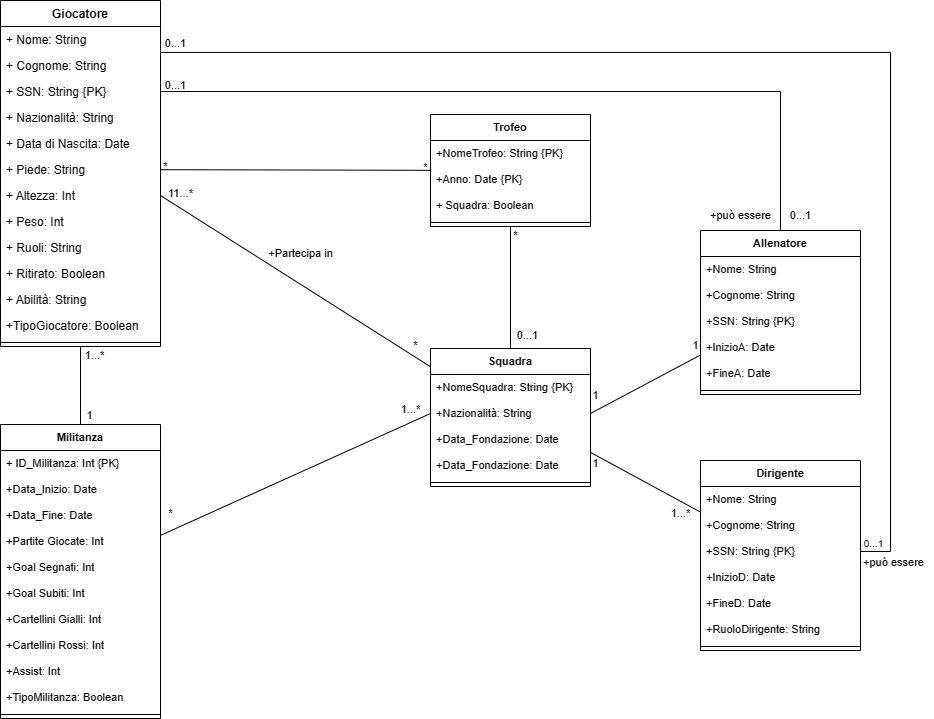
This is UML Ristrutturato/UML ristrutturato.png from Kirby191/Progetto-BD-OO, a draw.io export, as it was before one commit. Source tidied: cells renumbered, new cells last; positions are measured from the earlier drawing's top-left corner, leaving out a move shared by most shapes.
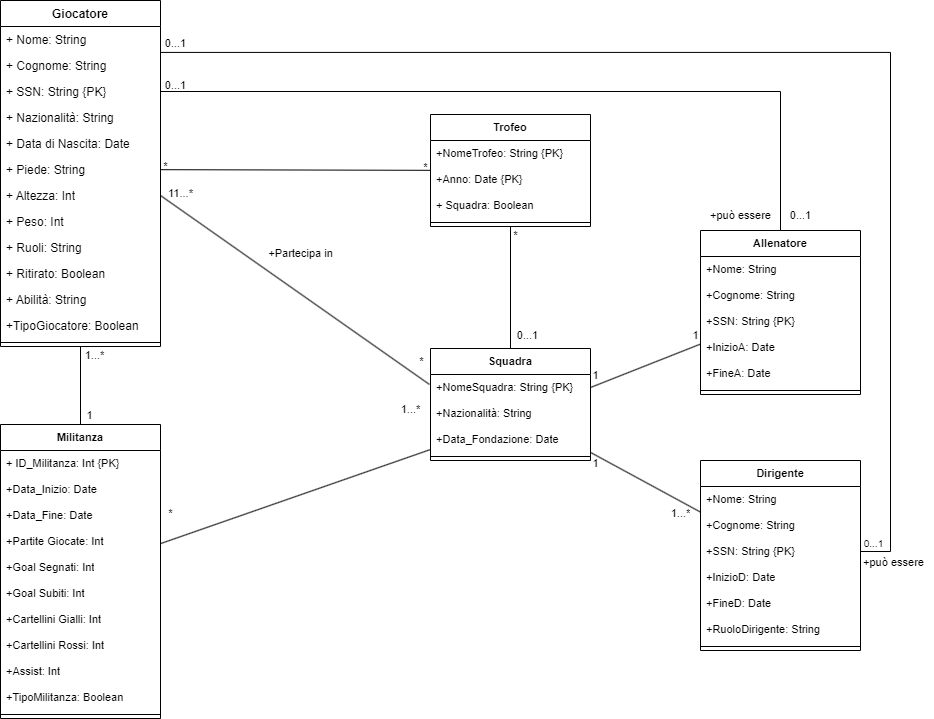
The same file after the commit.

Commit message:
Errore corretto UML

The edit, as a diff of the source:
```diff
@@ -68,14 +68,16 @@
     <mxCell id="23" value="*" style="text;html=1;align=center;verticalAlign=middle;strokeColor=none;fillColor=none;fontSize=11;fontFamily=Helvetica;fontColor=default;" parent="1" vertex="1">
       <mxGeometry x="410" y="152" width="30" height="30" as="geometry" />
     </mxCell>
-    <mxCell id="24" style="edgeStyle=none;shape=connector;rounded=0;jettySize=auto;html=1;labelBackgroundColor=default;strokeColor=default;align=center;verticalAlign=middle;fontFamily=Helvetica;fontSize=11;fontColor=default;endArrow=none;endFill=0;entryX=1;entryY=0.5;entryDx=0;entryDy=0;" parent="1" edge="1" source="26" target="9">
-      <mxGeometry relative="1" as="geometry" />
+    <mxCell id="24" style="edgeStyle=none;shape=connector;rounded=0;jettySize=auto;html=1;labelBackgroundColor=default;strokeColor=default;align=center;verticalAlign=middle;fontFamily=Helvetica;fontSize=11;fontColor=default;endArrow=none;endFill=0;entryX=1;entryY=0.5;entryDx=0;entryDy=0;" parent="1" edge="1" target="9">
+      <mxGeometry relative="1" as="geometry">
+        <mxPoint x="429" y="384" as="sourcePoint" />
+      </mxGeometry>
     </mxCell>
     <mxCell id="25" style="edgeStyle=none;shape=connector;rounded=0;jettySize=auto;html=1;labelBackgroundColor=default;strokeColor=default;align=center;verticalAlign=middle;fontFamily=Helvetica;fontSize=11;fontColor=default;endArrow=none;endFill=0;" parent="1" edge="1" source="26" target="21">
       <mxGeometry relative="1" as="geometry" />
     </mxCell>
     <mxCell id="26" value="Squadra" style="swimlane;fontStyle=1;align=center;verticalAlign=top;horizontal=1;startSize=26;whiteSpace=wrap;html=1;fontFamily=Helvetica;fontSize=11;fontColor=default;" parent="1" vertex="1">
-      <mxGeometry x="430" y="348" width="160" height="138" as="geometry" />
+      <mxGeometry x="430" y="348" width="160" height="112" as="geometry" />
     </mxCell>
     <mxCell id="27" value="+NomeSquadra: String {PK}" style="text;strokeColor=none;fillColor=none;align=left;verticalAlign=top;spacingLeft=4;spacingRight=4;overflow=hidden;points=[[0,0.5],[1,0.5]];portConstraint=eastwest;whiteSpace=wrap;html=1;fontSize=11;fontFamily=Helvetica;fontColor=default;" parent="26" vertex="1">
       <mxGeometry y="26" width="160" height="26" as="geometry" />
@@ -86,17 +88,14 @@
     <mxCell id="29" value="+Data_Fondazione: Date" style="text;strokeColor=none;fillColor=none;align=left;verticalAlign=top;spacingLeft=4;spacingRight=4;overflow=hidden;points=[[0,0.5],[1,0.5]];portConstraint=eastwest;whiteSpace=wrap;html=1;fontSize=11;fontFamily=Helvetica;fontColor=default;" parent="26" vertex="1">
       <mxGeometry y="78" width="160" height="26" as="geometry" />
     </mxCell>
-    <mxCell id="30" value="+Data_Fondazione: Date" style="text;strokeColor=none;fillColor=none;align=left;verticalAlign=top;spacingLeft=4;spacingRight=4;overflow=hidden;points=[[0,0.5],[1,0.5]];portConstraint=eastwest;whiteSpace=wrap;html=1;fontSize=11;fontFamily=Helvetica;fontColor=default;" parent="26" vertex="1">
-      <mxGeometry y="104" width="160" height="26" as="geometry" />
-    </mxCell>
     <mxCell id="31" style="line;strokeWidth=1;fillColor=none;align=left;verticalAlign=middle;spacingTop=-1;spacingLeft=3;spacingRight=3;labelPosition=right;strokeColor=inherit;fontFamily=Helvetica;fontSize=11;fontColor=default;" parent="26" vertex="1">
-      <mxGeometry y="130" width="160" height="8" as="geometry" />
+      <mxGeometry y="104" width="160" height="8" as="geometry" />
     </mxCell>
     <mxCell id="32" value="11...*" style="text;html=1;align=center;verticalAlign=middle;strokeColor=none;fillColor=none;fontSize=11;fontFamily=Helvetica;fontColor=default;" parent="1" vertex="1">
       <mxGeometry x="155" y="178" width="50" height="30" as="geometry" />
     </mxCell>
     <mxCell id="33" value="*" style="text;html=1;align=center;verticalAlign=middle;strokeColor=none;fillColor=none;fontSize=11;fontFamily=Helvetica;fontColor=default;" parent="1" vertex="1">
-      <mxGeometry x="400" y="330" width="30" height="30" as="geometry" />
+      <mxGeometry x="406" y="346" width="30" height="30" as="geometry" />
     </mxCell>
     <mxCell id="34" value="+Partecipa in" style="text;html=1;align=center;verticalAlign=middle;strokeColor=none;fillColor=none;fontSize=11;fontFamily=Helvetica;fontColor=default;" parent="1" vertex="1">
       <mxGeometry x="255" y="238" width="90" height="30" as="geometry" />
@@ -110,7 +109,7 @@
     <mxCell id="37" style="edgeStyle=none;shape=connector;rounded=0;jettySize=auto;html=1;labelBackgroundColor=default;strokeColor=default;align=center;verticalAlign=middle;fontFamily=Helvetica;fontSize=11;fontColor=default;endArrow=none;endFill=0;" parent="1" edge="1" source="39" target="15">
       <mxGeometry relative="1" as="geometry" />
     </mxCell>
-    <mxCell id="38" style="edgeStyle=none;shape=connector;rounded=0;jettySize=auto;html=1;labelBackgroundColor=default;strokeColor=default;align=center;verticalAlign=middle;fontFamily=Helvetica;fontSize=11;fontColor=default;endArrow=none;endFill=0;entryX=0;entryY=0.5;entryDx=0;entryDy=0;" parent="1" edge="1" source="39" target="28">
+    <mxCell id="38" style="edgeStyle=none;shape=connector;rounded=0;jettySize=auto;html=1;labelBackgroundColor=default;strokeColor=default;align=center;verticalAlign=middle;fontFamily=Helvetica;fontSize=11;fontColor=default;endArrow=none;endFill=0;entryX=0;entryY=0.885;entryDx=0;entryDy=0;entryPerimeter=0;" parent="1" edge="1" source="39" target="29">
       <mxGeometry relative="1" as="geometry" />
     </mxCell>
     <mxCell id="39" value="Militanza" style="swimlane;fontStyle=1;align=center;verticalAlign=top;horizontal=1;startSize=26;whiteSpace=wrap;html=1;fontFamily=Helvetica;fontSize=11;fontColor=default;" parent="1" vertex="1">
@@ -158,7 +157,7 @@
     <mxCell id="53" value="1...*" style="text;html=1;align=center;verticalAlign=middle;strokeColor=none;fillColor=none;fontSize=11;fontFamily=Helvetica;fontColor=default;" parent="1" vertex="1">
       <mxGeometry x="390" y="394" width="40" height="30" as="geometry" />
     </mxCell>
-    <mxCell id="54" style="edgeStyle=none;shape=connector;rounded=0;jettySize=auto;html=1;labelBackgroundColor=default;strokeColor=default;align=center;verticalAlign=middle;fontFamily=Helvetica;fontSize=11;fontColor=default;endArrow=none;endFill=0;entryX=1;entryY=0.5;entryDx=0;entryDy=0;" parent="1" edge="1" source="55" target="28">
+    <mxCell id="54" style="edgeStyle=none;shape=connector;rounded=0;jettySize=auto;html=1;labelBackgroundColor=default;strokeColor=default;align=center;verticalAlign=middle;fontFamily=Helvetica;fontSize=11;fontColor=default;endArrow=none;endFill=0;entryX=1;entryY=0.5;entryDx=0;entryDy=0;" parent="1" edge="1" source="55" target="27">
       <mxGeometry relative="1" as="geometry" />
     </mxCell>
     <mxCell id="55" value="Allenatore" style="swimlane;fontStyle=1;align=center;verticalAlign=top;horizontal=1;startSize=26;whiteSpace=wrap;html=1;fontFamily=Helvetica;fontSize=11;fontColor=default;" parent="1" vertex="1">
@@ -182,8 +181,10 @@
     <mxCell id="61" style="line;strokeWidth=1;fillColor=none;align=left;verticalAlign=middle;spacingTop=-1;spacingLeft=3;spacingRight=3;labelPosition=right;strokeColor=inherit;fontFamily=Helvetica;fontSize=11;fontColor=default;" parent="55" vertex="1">
       <mxGeometry y="156" width="160" height="8" as="geometry" />
     </mxCell>
-    <mxCell id="62" style="edgeStyle=none;shape=connector;rounded=0;jettySize=auto;html=1;labelBackgroundColor=default;strokeColor=default;align=center;verticalAlign=middle;fontFamily=Helvetica;fontSize=11;fontColor=default;endArrow=none;endFill=0;entryX=1.001;entryY=0;entryDx=0;entryDy=0;entryPerimeter=0;" parent="1" edge="1" source="63" target="30">
-      <mxGeometry relative="1" as="geometry" />
+    <mxCell id="62" style="edgeStyle=none;shape=connector;rounded=0;jettySize=auto;html=1;labelBackgroundColor=default;strokeColor=default;align=center;verticalAlign=middle;fontFamily=Helvetica;fontSize=11;fontColor=default;endArrow=none;endFill=0;entryX=1.001;entryY=0;entryDx=0;entryDy=0;entryPerimeter=0;" parent="1" edge="1" source="63">
+      <mxGeometry relative="1" as="geometry">
+        <mxPoint x="590.2" y="452" as="targetPoint" />
+      </mxGeometry>
     </mxCell>
     <mxCell id="63" value="Dirigente" style="swimlane;fontStyle=1;align=center;verticalAlign=top;horizontal=1;startSize=26;whiteSpace=wrap;html=1;fontFamily=Helvetica;fontSize=11;fontColor=default;" parent="1" vertex="1">
       <mxGeometry x="700" y="460" width="160" height="190" as="geometry" />
@@ -242,10 +243,10 @@
       <mxGeometry x="853" y="547" width="80" height="30" as="geometry" />
     </mxCell>
     <mxCell id="79" value="1" style="text;html=1;align=center;verticalAlign=middle;strokeColor=none;fillColor=none;fontSize=11;fontFamily=Helvetica;fontColor=default;" parent="1" vertex="1">
-      <mxGeometry x="580" y="380" width="30" height="30" as="geometry" />
+      <mxGeometry x="580" y="360" width="30" height="30" as="geometry" />
     </mxCell>
     <mxCell id="80" value="1" style="text;html=1;align=center;verticalAlign=middle;strokeColor=none;fillColor=none;fontSize=11;fontFamily=Helvetica;fontColor=default;" parent="1" vertex="1">
-      <mxGeometry x="680" y="330" width="30" height="30" as="geometry" />
+      <mxGeometry x="680" y="320" width="30" height="30" as="geometry" />
     </mxCell>
     <mxCell id="81" value="1" style="text;html=1;align=center;verticalAlign=middle;strokeColor=none;fillColor=none;fontSize=11;fontFamily=Helvetica;fontColor=default;" parent="1" vertex="1">
       <mxGeometry x="580" y="448" width="30" height="30" as="geometry" />
```
